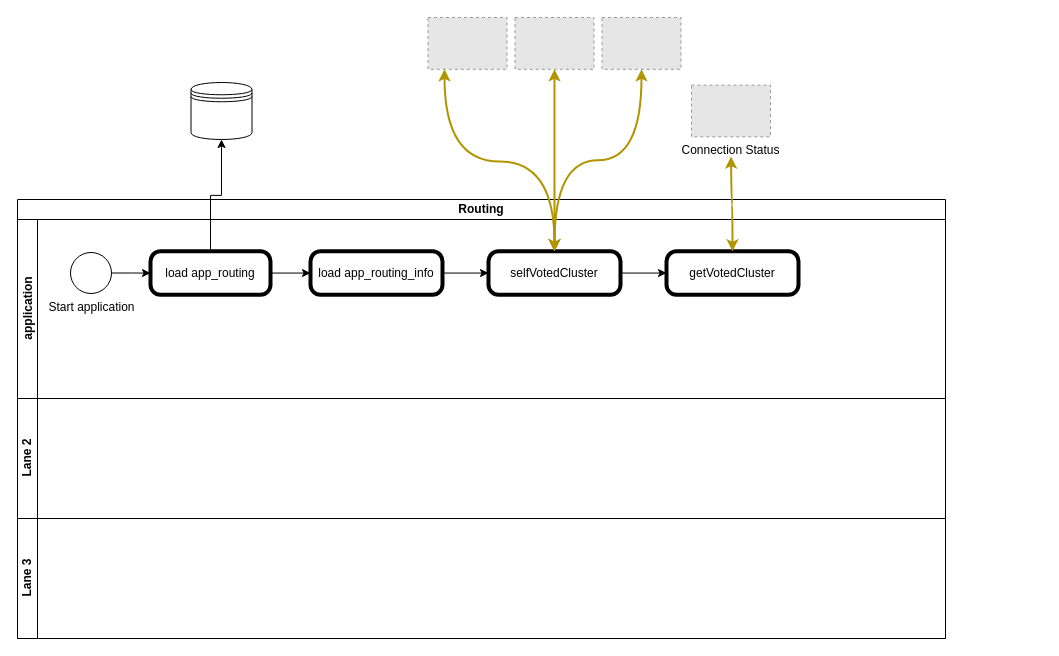
Before: page "Page-3" (3 of 3) of vOCS3.0.drawio in duongbkak55/work, a draw.io diagram. Source tidied: cells renumbered, new cells numbered last; positions are measured from the earlier drawing's top-left corner, leaving out a move shared by most shapes. Both pictures are drawn from the tidied source at 100%, with x=0, y=0 at pixel (17, 17). Pictures stored in the file or linked from it are replaced by grey dashed boxes.
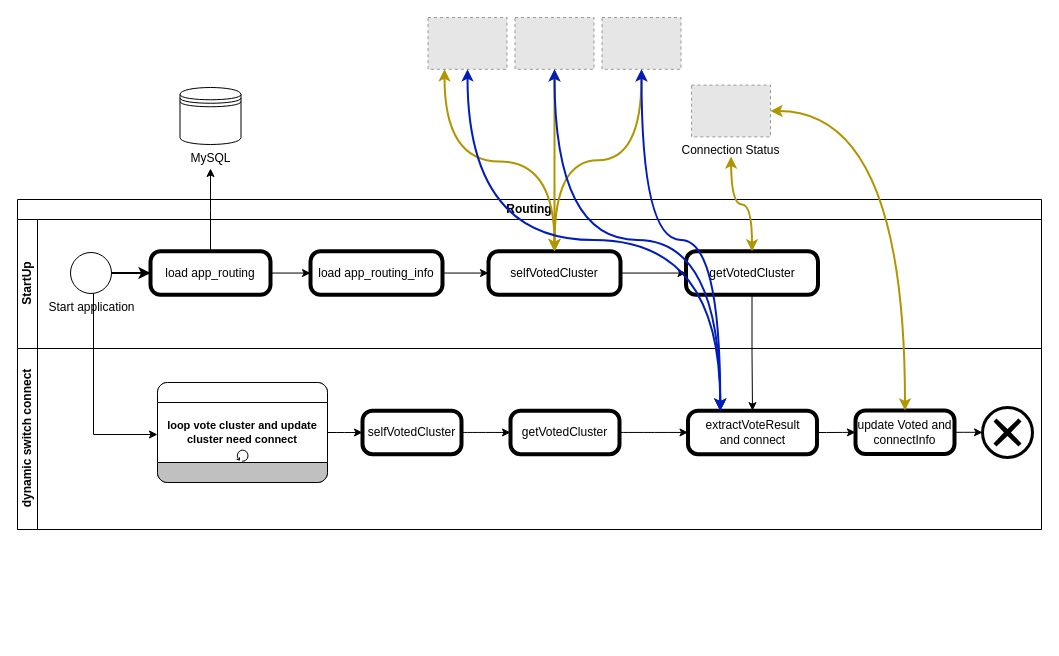
After the change.

Unchanged cells that the change refers to:
```xml
<mxCell id="5" value="Start application" style="points=[[0.145,0.145,0],[0.5,0,0],[0.855,0.145,0],[1,0.5,0],[0.855,0.855,0],[0.5,1,0],[0.145,0.855,0],[0,0.5,0]];shape=mxgraph.bpmn.event;html=1;verticalLabelPosition=bottom;labelBackgroundColor=#ffffff;verticalAlign=top;align=center;perimeter=ellipsePerimeter;outlineConnect=0;outline=standard;symbol=general;" parent="3" vertex="1">
  <mxGeometry x="53" y="33" width="41" height="41" as="geometry" />
</mxCell>
<mxCell id="7" value="load app_routing" style="points=[[0.25,0,0],[0.5,0,0],[0.75,0,0],[1,0.25,0],[1,0.5,0],[1,0.75,0],[0.75,1,0],[0.5,1,0],[0.25,1,0],[0,0.75,0],[0,0.5,0],[0,0.25,0]];shape=mxgraph.bpmn.task;whiteSpace=wrap;rectStyle=rounded;size=10;html=1;bpmnShapeType=call;" parent="3" vertex="1">
  <mxGeometry x="133" y="31.8" width="120" height="43.5" as="geometry" />
</mxCell>
<mxCell id="9" value="load app_routing_info" style="points=[[0.25,0,0],[0.5,0,0],[0.75,0,0],[1,0.25,0],[1,0.5,0],[1,0.75,0],[0.75,1,0],[0.5,1,0],[0.25,1,0],[0,0.75,0],[0,0.5,0],[0,0.25,0]];shape=mxgraph.bpmn.task;whiteSpace=wrap;rectStyle=rounded;size=10;html=1;bpmnShapeType=call;" parent="3" vertex="1">
  <mxGeometry x="293" y="31.8" width="132" height="43.5" as="geometry" />
</mxCell>
<mxCell id="18" style="fillColor=#E6E6E6;strokeColor=#999999;dashed=1;verticalLabelPosition=bottom;labelBackgroundColor=none;verticalAlign=top;" parent="1" vertex="1">
  <mxGeometry x="410.5" width="79" height="51.8" as="geometry" />
</mxCell>
<mxCell id="19" style="fillColor=#E6E6E6;strokeColor=#999999;dashed=1;verticalLabelPosition=bottom;labelBackgroundColor=none;verticalAlign=top;" parent="1" vertex="1">
  <mxGeometry x="497.5" width="79" height="51.8" as="geometry" />
</mxCell>
<mxCell id="20" style="fillColor=#E6E6E6;strokeColor=#999999;dashed=1;verticalLabelPosition=bottom;labelBackgroundColor=none;verticalAlign=top;" parent="1" vertex="1">
  <mxGeometry x="584.5" width="79" height="51.8" as="geometry" />
</mxCell>
<mxCell id="24" value="Connection Status" style="fillColor=#E6E6E6;strokeColor=#999999;dashed=1;verticalLabelPosition=bottom;labelBackgroundColor=none;verticalAlign=top;" parent="1" vertex="1">
  <mxGeometry x="674" y="67.6" width="79" height="51.8" as="geometry" />
</mxCell>
```

Change to the diagram source:
```diff
@@
     <mxCell id="2" value="Routing" style="swimlane;html=1;horizontal=1;startSize=20;whiteSpace=wrap;" parent="1" vertex="1">
-      <mxGeometry y="182" width="928" height="439" as="geometry" />
+      <mxGeometry y="182" width="1024" height="330" as="geometry" />
     </mxCell>
-    <mxCell id="3" value="application" style="swimlane;html=1;startSize=20;horizontal=0;" parent="2" vertex="1">
-      <mxGeometry y="20" width="928" height="179" as="geometry" />
+    <mxCell id="3" value="StartUp" style="swimlane;html=1;startSize=20;horizontal=0;" parent="2" vertex="1">
+      <mxGeometry y="20" width="1024" height="129" as="geometry" />
     </mxCell>
-    <mxCell id="4" style="edgeStyle=orthogonalEdgeStyle;rounded=0;jettySize=auto;html=1;" parent="3" edge="1" source="5" target="7">
+    <mxCell id="4" style="edgeStyle=orthogonalEdgeStyle;rounded=0;jettySize=auto;html=1;strokeWidth=2;" parent="3" edge="1" source="5" target="7">
       <mxGeometry relative="1" as="geometry" />
     </mxCell>
@@
-    <mxCell id="6" style="edgeStyle=orthogonalEdgeStyle;rounded=0;jettySize=auto;html=1;" parent="3" edge="1" source="7" target="9">
+    <mxCell id="6" style="edgeStyle=orthogonalEdgeStyle;rounded=0;jettySize=auto;html=1;strokeWidth=1;" parent="3" edge="1" source="7" target="9">
       <mxGeometry relative="1" as="geometry" />
     </mxCell>
@@
     <mxCell id="10" value="getVotedCluster" style="points=[[0.25,0,0],[0.5,0,0],[0.75,0,0],[1,0.25,0],[1,0.5,0],[1,0.75,0],[0.75,1,0],[0.5,1,0],[0.25,1,0],[0,0.75,0],[0,0.5,0],[0,0.25,0]];shape=mxgraph.bpmn.task;whiteSpace=wrap;rectStyle=rounded;size=10;html=1;bpmnShapeType=call;" parent="3" vertex="1">
-      <mxGeometry x="649" y="31.8" width="132" height="43.5" as="geometry" />
+      <mxGeometry x="668.5" y="31.8" width="132" height="43.5" as="geometry" />
     </mxCell>
@@
+    <mxCell id="25" style="edgeStyle=orthogonalEdgeStyle;rounded=0;jettySize=auto;html=1;strokeColor=default;strokeWidth=1;align=center;verticalAlign=middle;fontFamily=Helvetica;fontSize=11;fontColor=default;fontStyle=1;labelBackgroundColor=default;startArrow=none;startFill=0;endArrow=classic;flowAnimation=0;fillColor=#e3c800;" parent="2" edge="1" source="5" target="28">
+      <mxGeometry relative="1" as="geometry">
+        <Array as="points">
+          <mxPoint x="76" y="235" />
+        </Array>
+      </mxGeometry>
+    </mxCell>
+    <mxCell id="26" style="edgeStyle=orthogonalEdgeStyle;rounded=0;jettySize=auto;html=1;" parent="2" edge="1" source="10" target="36">
+      <mxGeometry relative="1" as="geometry" />
+    </mxCell>
-    <mxCell id="13" value="Lane 2" style="swimlane;html=1;startSize=20;horizontal=0;" parent="2" vertex="1">
-      <mxGeometry y="199" width="928" height="120" as="geometry" />
+    <mxCell id="13" value="dynamic switch connect" style="swimlane;html=1;startSize=20;horizontal=0;" parent="2" vertex="1">
+      <mxGeometry y="149" width="1024" height="181" as="geometry" />
     </mxCell>
-    <mxCell id="14" value="Lane 3" style="swimlane;html=1;startSize=20;horizontal=0;" parent="2" vertex="1">
-      <mxGeometry y="319" width="928" height="120" as="geometry" />
-    </mxCell>
+    <mxCell id="27" style="edgeStyle=orthogonalEdgeStyle;curved=1;rounded=0;jettySize=auto;html=1;strokeColor=default;strokeWidth=1;align=center;verticalAlign=middle;fontFamily=Helvetica;fontSize=11;fontColor=default;fontStyle=1;labelBackgroundColor=default;startArrow=none;startFill=0;endArrow=classic;flowAnimation=0;fillColor=#0050ef;" parent="13" edge="1" source="28" target="33">
+      <mxGeometry relative="1" as="geometry" />
+    </mxCell>
+    <mxCell id="28" style="rounded=1;whiteSpace=wrap;html=1;absoluteArcSize=1;arcSize=20;horizontal=1;fontFamily=Helvetica;fontSize=11;fontColor=default;fontStyle=1;labelBackgroundColor=default;" parent="13" vertex="1">
+      <mxGeometry x="140" y="34" width="170" height="100" as="geometry" />
+    </mxCell>
+    <mxCell id="29" style="whiteSpace=wrap;html=1;shape=mxgraph.basic.rect;size=10;rectStyle=rounded;bottomRightStyle=square;bottomLeftStyle=square;fontFamily=Helvetica;fontSize=11;fontColor=default;fontStyle=1;labelBackgroundColor=default;" parent="28" vertex="1">
+      <mxGeometry width="170" height="20" as="geometry" />
+    </mxCell>
+    <mxCell id="30" value="loop vote cluster and update cluster need connect" style="shape=mxgraph.bpmn.task;arcSize=0;taskMarker=abstract;isLoopStandard=1;whiteSpace=wrap;html=1;fontFamily=Helvetica;fontSize=11;fontColor=default;fontStyle=1;labelBackgroundColor=default;" parent="28" vertex="1">
+      <mxGeometry y="20" width="170" height="60" as="geometry" />
+    </mxCell>
+    <mxCell id="31" style="whiteSpace=wrap;html=1;shape=mxgraph.basic.rect;size=10;rectStyle=rounded;topRightStyle=square;topLeftStyle=square;fillColor=#C0C0C0;fontFamily=Helvetica;fontSize=11;fontColor=default;fontStyle=1;labelBackgroundColor=default;" parent="28" vertex="1">
+      <mxGeometry y="80" width="170" height="20" as="geometry" />
+    </mxCell>
+    <mxCell id="32" style="edgeStyle=orthogonalEdgeStyle;curved=1;rounded=0;jettySize=auto;html=1;strokeColor=default;strokeWidth=1;align=center;verticalAlign=middle;fontFamily=Helvetica;fontSize=11;fontColor=default;fontStyle=1;labelBackgroundColor=default;startArrow=none;startFill=0;endArrow=classic;flowAnimation=0;fillColor=#0050ef;" parent="13" edge="1" source="33" target="35">
+      <mxGeometry relative="1" as="geometry" />
+    </mxCell>
+    <mxCell id="33" value="selfVotedCluster" style="points=[[0.25,0,0],[0.5,0,0],[0.75,0,0],[1,0.25,0],[1,0.5,0],[1,0.75,0],[0.75,1,0],[0.5,1,0],[0.25,1,0],[0,0.75,0],[0,0.5,0],[0,0.25,0]];shape=mxgraph.bpmn.task;whiteSpace=wrap;rectStyle=rounded;size=10;html=1;bpmnShapeType=call;" parent="13" vertex="1">
+      <mxGeometry x="345" y="62.2" width="99" height="43.5" as="geometry" />
+    </mxCell>
+    <mxCell id="34" style="edgeStyle=orthogonalEdgeStyle;curved=1;rounded=0;jettySize=auto;html=1;strokeColor=default;strokeWidth=1;align=center;verticalAlign=middle;fontFamily=Helvetica;fontSize=11;fontColor=default;fontStyle=1;labelBackgroundColor=default;startArrow=none;startFill=0;endArrow=classic;flowAnimation=0;fillColor=#0050ef;" parent="13" edge="1" source="35" target="36">
+      <mxGeometry relative="1" as="geometry" />
+    </mxCell>
+    <mxCell id="35" value="getVotedCluster" style="points=[[0.25,0,0],[0.5,0,0],[0.75,0,0],[1,0.25,0],[1,0.5,0],[1,0.75,0],[0.75,1,0],[0.5,1,0],[0.25,1,0],[0,0.75,0],[0,0.5,0],[0,0.25,0]];shape=mxgraph.bpmn.task;whiteSpace=wrap;rectStyle=rounded;size=10;html=1;bpmnShapeType=call;" parent="13" vertex="1">
+      <mxGeometry x="493" y="62.2" width="109" height="43.5" as="geometry" />
+    </mxCell>
+    <mxCell id="36" value="extractVoteResult&lt;div&gt;and connect&lt;/div&gt;" style="points=[[0.25,0,0],[0.5,0,0],[0.75,0,0],[1,0.25,0],[1,0.5,0],[1,0.75,0],[0.75,1,0],[0.5,1,0],[0.25,1,0],[0,0.75,0],[0,0.5,0],[0,0.25,0]];shape=mxgraph.bpmn.task;whiteSpace=wrap;rectStyle=rounded;size=10;html=1;bpmnShapeType=call;strokeWidth=1;" parent="13" vertex="1">
+      <mxGeometry x="670.5" y="62.2" width="129" height="43.5" as="geometry" />
+    </mxCell>
+    <mxCell id="37" style="points=[[0.145,0.145,0],[0.5,0,0],[0.855,0.145,0],[1,0.5,0],[0.855,0.855,0],[0.5,1,0],[0.145,0.855,0],[0,0.5,0]];shape=mxgraph.bpmn.event;html=1;verticalLabelPosition=bottom;labelBackgroundColor=#ffffff;verticalAlign=top;align=center;perimeter=ellipsePerimeter;outlineConnect=0;outline=end;symbol=cancel;fontFamily=Helvetica;fontSize=11;fontColor=default;fontStyle=1;" parent="13" vertex="1">
+      <mxGeometry x="965" y="59" width="50" height="50" as="geometry" />
+    </mxCell>
+    <mxCell id="38" style="edgeStyle=orthogonalEdgeStyle;curved=1;rounded=0;jettySize=auto;html=1;strokeColor=default;strokeWidth=1;align=center;verticalAlign=middle;fontFamily=Helvetica;fontSize=11;fontColor=default;fontStyle=1;labelBackgroundColor=default;startArrow=none;startFill=0;endArrow=classic;flowAnimation=0;fillColor=#e3c800;" parent="13" edge="1" source="40" target="37">
+      <mxGeometry relative="1" as="geometry" />
+    </mxCell>
+    <mxCell id="39" style="edgeStyle=orthogonalEdgeStyle;curved=1;rounded=0;jettySize=auto;html=1;strokeColor=default;strokeWidth=1;align=center;verticalAlign=middle;fontFamily=Helvetica;fontSize=11;fontColor=default;fontStyle=1;labelBackgroundColor=default;startArrow=none;startFill=0;endArrow=classic;flowAnimation=0;fillColor=#e3c800;" parent="13" edge="1" source="36" target="40">
+      <mxGeometry relative="1" as="geometry" />
+    </mxCell>
+    <mxCell id="40" value="update Voted and connectInfo" style="points=[[0.25,0,0],[0.5,0,0],[0.75,0,0],[1,0.25,0],[1,0.5,0],[1,0.75,0],[0.75,1,0],[0.5,1,0],[0.25,1,0],[0,0.75,0],[0,0.5,0],[0,0.25,0]];shape=mxgraph.bpmn.task;whiteSpace=wrap;rectStyle=rounded;size=10;html=1;bpmnShapeType=call;strokeWidth=1;" parent="13" vertex="1">
+      <mxGeometry x="838" y="62" width="99" height="43.5" as="geometry" />
+    </mxCell>
-    <mxCell id="15" style="shape=datastore;html=1;labelPosition=center;verticalLabelPosition=bottom;align=center;verticalAlign=top;" parent="1" vertex="1">
-      <mxGeometry x="173.5" y="65" width="61" height="57" as="geometry" />
+    <mxCell id="15" value="MySQL" style="shape=datastore;html=1;labelPosition=center;verticalLabelPosition=bottom;align=center;verticalAlign=top;" parent="1" vertex="1">
+      <mxGeometry x="162.5" y="70" width="61" height="57" as="geometry" />
     </mxCell>
-    <mxCell id="16" style="edgeStyle=orthogonalEdgeStyle;rounded=0;jettySize=auto;html=1;entryX=0.5;entryY=1;entryDx=0;entryDy=0;" parent="1" edge="1" source="7" target="15">
-      <mxGeometry relative="1" as="geometry" />
+    <mxCell id="16" style="edgeStyle=orthogonalEdgeStyle;rounded=0;jettySize=auto;html=1;" parent="1" edge="1" source="7">
+      <mxGeometry relative="1" as="geometry">
+        <mxPoint x="193" y="151" as="targetPoint" />
+      </mxGeometry>
     </mxCell>
@@
+    <mxCell id="41" style="edgeStyle=orthogonalEdgeStyle;rounded=0;jettySize=auto;html=1;strokeColor=#001DBC;strokeWidth=2;align=center;verticalAlign=middle;fontFamily=Helvetica;fontSize=11;fontColor=default;fontStyle=1;labelBackgroundColor=default;startArrow=classic;startFill=1;endArrow=classic;flowAnimation=1;curved=1;fillColor=#0050ef;exitX=0.25;exitY=0;exitDx=0;exitDy=0;exitPerimeter=0;" parent="1" edge="1" source="36" target="18">
+      <mxGeometry relative="1" as="geometry" />
+    </mxCell>
+    <mxCell id="42" style="edgeStyle=orthogonalEdgeStyle;rounded=0;jettySize=auto;html=1;strokeColor=#001DBC;strokeWidth=2;align=center;verticalAlign=middle;fontFamily=Helvetica;fontSize=11;fontColor=default;fontStyle=1;labelBackgroundColor=default;startArrow=classic;startFill=1;endArrow=classic;flowAnimation=1;curved=1;fillColor=#0050ef;exitX=0.25;exitY=0;exitDx=0;exitDy=0;exitPerimeter=0;" parent="1" edge="1" source="36" target="19">
+      <mxGeometry relative="1" as="geometry" />
+    </mxCell>
+    <mxCell id="43" style="edgeStyle=orthogonalEdgeStyle;rounded=0;jettySize=auto;html=1;strokeColor=#001DBC;strokeWidth=2;align=center;verticalAlign=middle;fontFamily=Helvetica;fontSize=11;fontColor=default;fontStyle=1;labelBackgroundColor=default;startArrow=classic;startFill=1;endArrow=classic;flowAnimation=1;curved=1;fillColor=#0050ef;exitX=0.25;exitY=0;exitDx=0;exitDy=0;exitPerimeter=0;" parent="1" edge="1" source="36" target="20">
+      <mxGeometry relative="1" as="geometry" />
+    </mxCell>
+    <mxCell id="44" style="edgeStyle=orthogonalEdgeStyle;curved=1;rounded=0;jettySize=auto;html=1;entryX=1;entryY=0.5;entryDx=0;entryDy=0;strokeColor=#B09500;strokeWidth=2;align=center;verticalAlign=middle;fontFamily=Helvetica;fontSize=11;fontColor=default;fontStyle=1;labelBackgroundColor=default;startArrow=classic;startFill=1;endArrow=classic;flowAnimation=1;fillColor=#e3c800;exitX=0.5;exitY=0;exitDx=0;exitDy=0;exitPerimeter=0;" parent="1" edge="1" source="40" target="24">
+      <mxGeometry relative="1" as="geometry" />
+    </mxCell>
```
